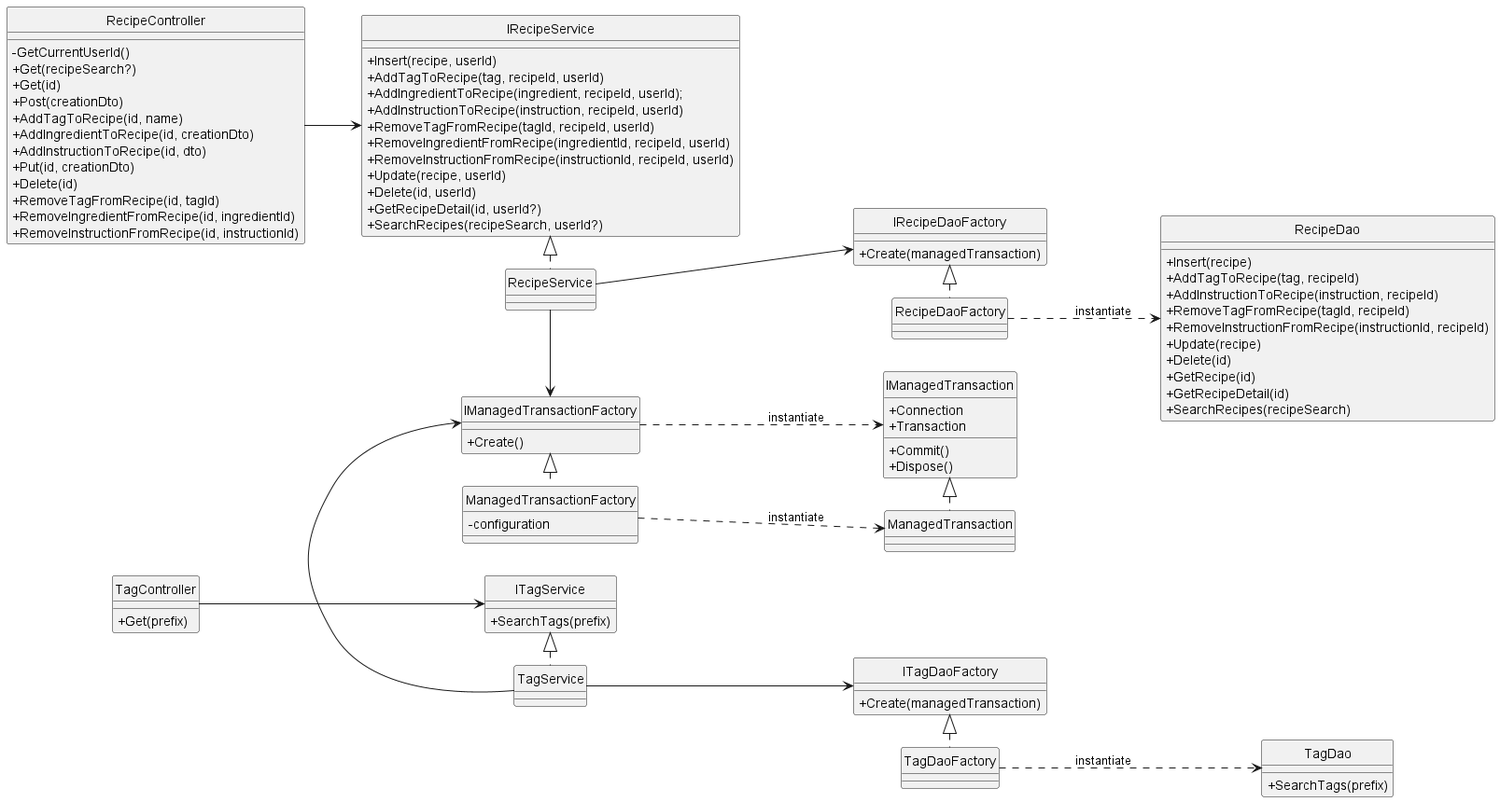
This is diagrams/classDiagram_serverside.png from matsimko/recipes-by-ingredients, a PlantUML export, as it was before one commit.
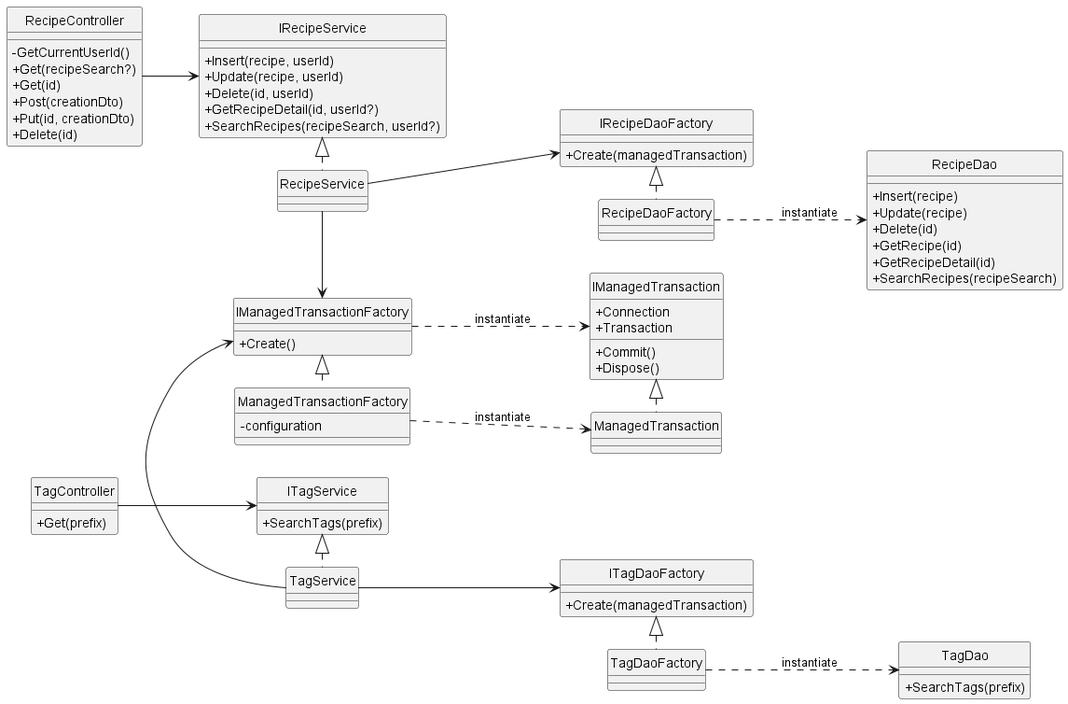
The same file after the commit.

What changed in the source:
```diff
@@ -23,10 +23,6 @@
 
     class RecipeDao{
         +Insert(recipe)
-        +AddTagToRecipe(tag, recipeId)
-        +AddInstructionToRecipe(instruction, recipeId)
-        +RemoveTagFromRecipe(tagId, recipeId)
-        +RemoveInstructionFromRecipe(instructionId, recipeId)
         +Update(recipe)
         +Delete(id)
         +GetRecipe(id)
@@ -65,12 +61,6 @@
 
     class IRecipeService{
         +Insert(recipe, userId)
-        +AddTagToRecipe(tag, recipeId, userId)
-        +AddIngredientToRecipe(ingredient, recipeId, userId);
-        +AddInstructionToRecipe(instruction, recipeId, userId)
-        +RemoveTagFromRecipe(tagId, recipeId, userId)
-        +RemoveIngredientFromRecipe(ingredientId, recipeId, userId)
-        +RemoveInstructionFromRecipe(instructionId, recipeId, userId)
         +Update(recipe, userId)
         +Delete(id, userId)
         +GetRecipeDetail(id, userId?)
@@ -82,14 +72,8 @@
         +Get(recipeSearch?)
         +Get(id)
         +Post(creationDto)
-        +AddTagToRecipe(id, name)
-        +AddIngredientToRecipe(id, creationDto)
-        +AddInstructionToRecipe(id, dto)
         +Put(id, creationDto)
         +Delete(id)
-        +RemoveTagFromRecipe(id, tagId)
-        +RemoveIngredientFromRecipe(id, ingredientId)
-        +RemoveInstructionFromRecipe(id, instructionId)
     }
 
 
```
